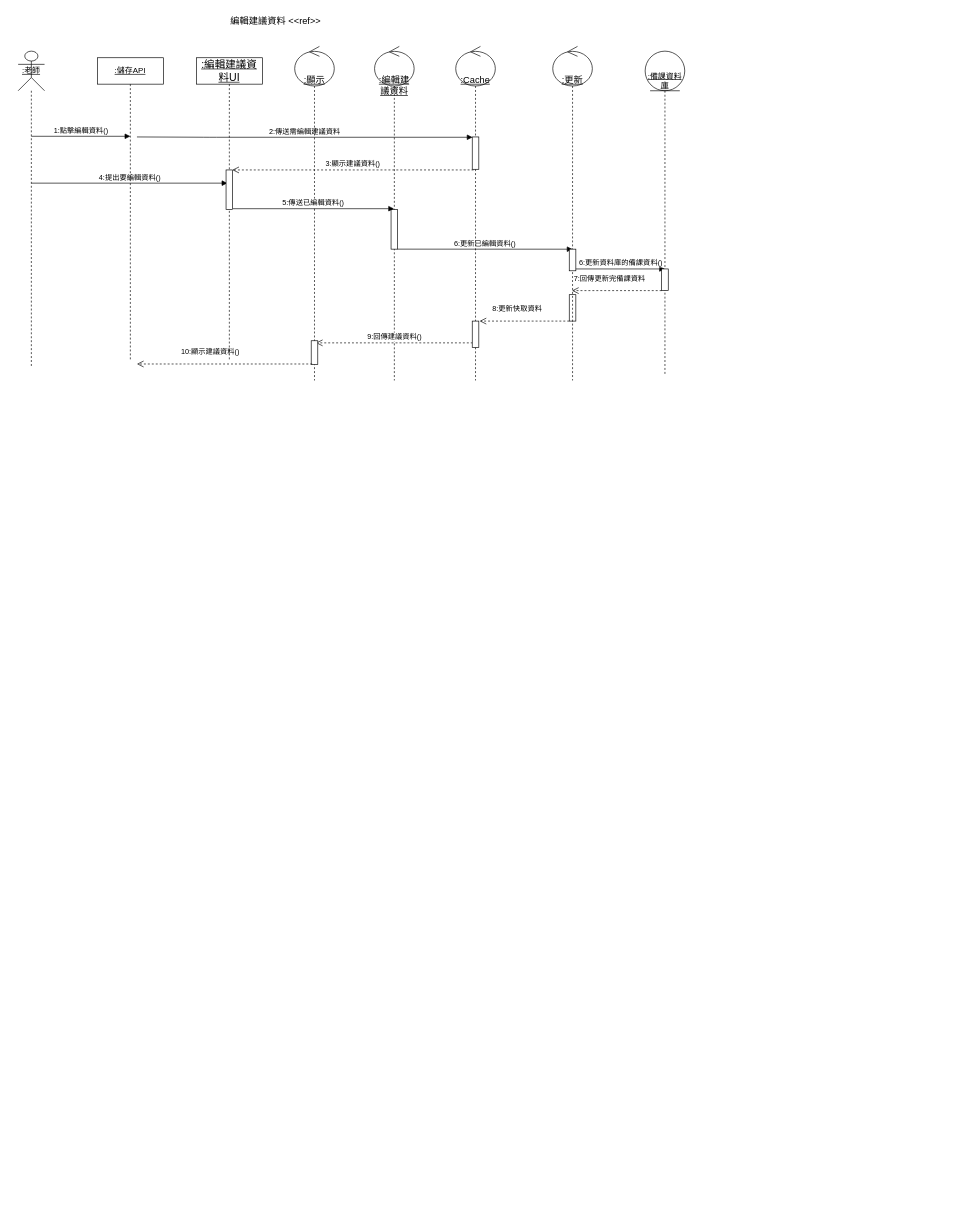
Before: 循序圖(編輯建議備課資料).drawio in Kevincheng0804/System-analysis, a draw.io diagram. Source tidied: cells renumbered, new cells numbered last; positions are measured from the earlier drawing's top-left corner, leaving out a move shared by most shapes. Both pictures are drawn from the tidied source at 66%, with x=0, y=0 at pixel (18, 11).
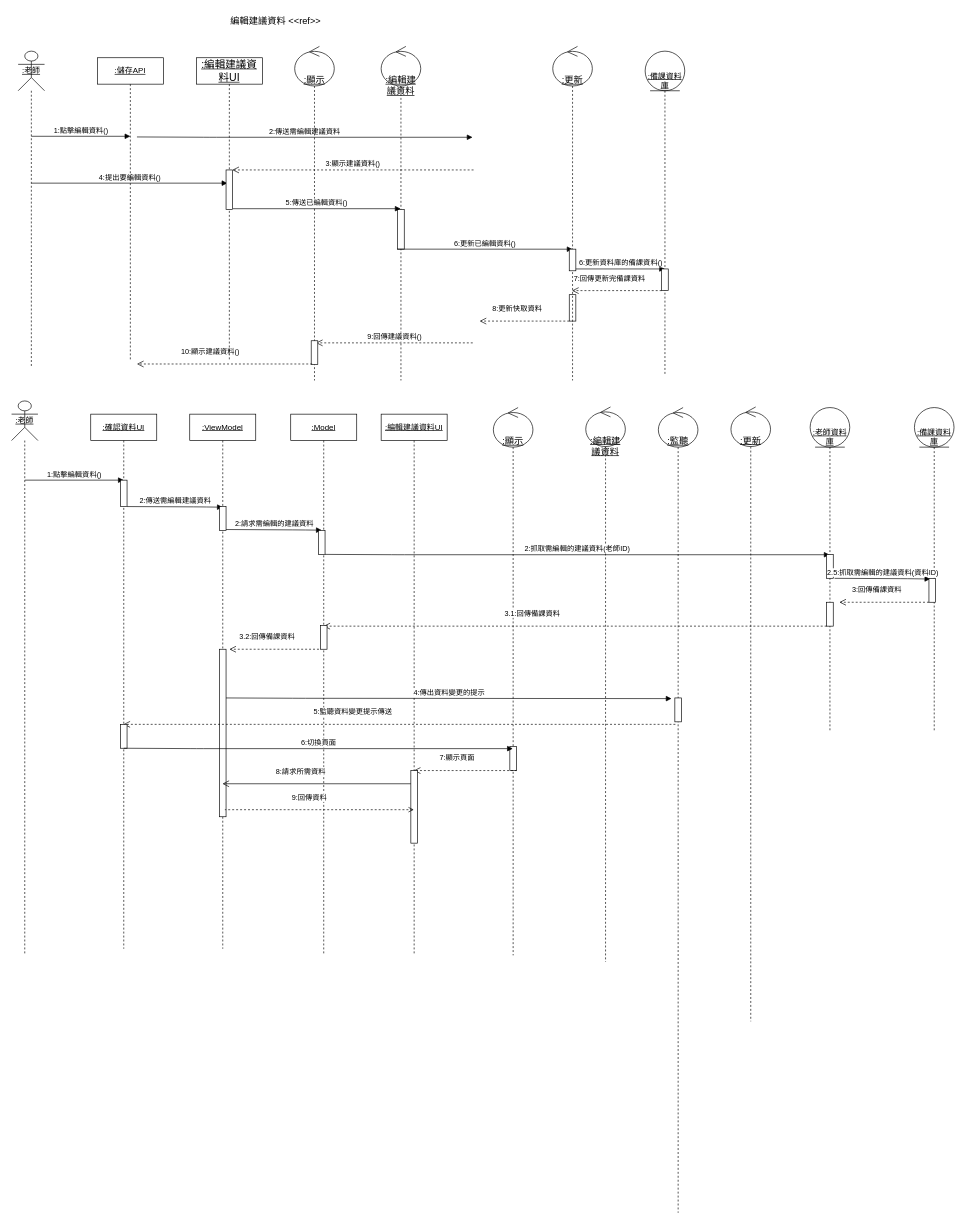
After the change.

Commit message:
更新循序圖(編輯建議備課資料).drawio

What changed in the source:
```diff
@@
     <mxCell id="2" value="&lt;u&gt;:編輯建議資料&lt;/u&gt;" style="shape=umlLifeline;participant=umlControl;perimeter=lifelinePerimeter;whiteSpace=wrap;html=1;verticalAlign=top;spacingTop=36;outlineConnect=0;fontSize=14;size=60;align=center;" parent="1" vertex="1">
-      <mxGeometry x="540" y="52.8" width="60" height="506.2" as="geometry" />
+      <mxGeometry x="550" y="52.8" width="60" height="506.2" as="geometry" />
     </mxCell>
@@
-    <mxCell id="19" value="&lt;u&gt;:Cache&lt;/u&gt;" style="shape=umlLifeline;participant=umlControl;perimeter=lifelinePerimeter;whiteSpace=wrap;html=1;verticalAlign=top;spacingTop=36;fontSize=14;size=60;align=center;" parent="1" vertex="1">
-      <mxGeometry x="663" y="52.8" width="60" height="506.2" as="geometry" />
-    </mxCell>
-    <mxCell id="20" style="html=1;perimeter=orthogonalPerimeter;" parent="19" vertex="1">
-      <mxGeometry x="25" y="137.2" width="10" height="49" as="geometry" />
-    </mxCell>
-    <mxCell id="21" style="html=1;perimeter=orthogonalPerimeter;" parent="19" vertex="1">
-      <mxGeometry x="25" y="416.2" width="10" height="40" as="geometry" />
-    </mxCell>
@@
+    <mxCell id="30" value="&lt;u&gt;:老師&lt;/u&gt;" style="shape=umlLifeline;perimeter=lifelinePerimeter;whiteSpace=wrap;html=1;newEdgeStyle={&quot;curved&quot;:0,&quot;rounded&quot;:0};participant=umlActor;size=60;" parent="1" vertex="1">
+      <mxGeometry x="-10" y="590" width="40" height="840" as="geometry" />
+    </mxCell>
+    <mxCell id="31" value="&lt;u&gt;:確認資料UI&lt;/u&gt;" style="shape=umlLifeline;perimeter=lifelinePerimeter;whiteSpace=wrap;html=1;outlineConnect=0;portConstraint=eastwest;newEdgeStyle={&quot;curved&quot;:0,&quot;rounded&quot;:0};" parent="1" vertex="1">
+      <mxGeometry x="110" y="610" width="100" height="810" as="geometry" />
+    </mxCell>
+    <mxCell id="32" value="&lt;u&gt;:ViewModel&lt;/u&gt;" style="shape=umlLifeline;perimeter=lifelinePerimeter;whiteSpace=wrap;html=1;outlineConnect=0;portConstraint=eastwest;newEdgeStyle={&quot;curved&quot;:0,&quot;rounded&quot;:0};" parent="1" vertex="1">
+      <mxGeometry x="260" y="610" width="100" height="810" as="geometry" />
+    </mxCell>
+    <mxCell id="33" value="&lt;u&gt;:Model&lt;/u&gt;" style="shape=umlLifeline;perimeter=lifelinePerimeter;whiteSpace=wrap;html=1;outlineConnect=0;portConstraint=eastwest;newEdgeStyle={&quot;curved&quot;:0,&quot;rounded&quot;:0};" parent="1" vertex="1">
+      <mxGeometry x="413" y="610" width="100" height="820" as="geometry" />
+    </mxCell>
+    <mxCell id="34" value="&lt;u&gt;:編輯建議資料UI&lt;/u&gt;" style="shape=umlLifeline;perimeter=lifelinePerimeter;whiteSpace=wrap;html=1;outlineConnect=0;portConstraint=eastwest;newEdgeStyle={&quot;curved&quot;:0,&quot;rounded&quot;:0};" parent="1" vertex="1">
+      <mxGeometry x="550" y="610" width="100" height="820" as="geometry" />
+    </mxCell>
+    <mxCell id="35" value="&lt;u&gt;:編輯建議資料&lt;/u&gt;" style="shape=umlLifeline;participant=umlControl;perimeter=lifelinePerimeter;whiteSpace=wrap;html=1;verticalAlign=top;spacingTop=36;fontSize=14;size=60;align=center;" parent="1" vertex="1">
+      <mxGeometry x="860" y="599.1" width="60" height="840.9" as="geometry" />
+    </mxCell>
+    <mxCell id="36" value="&lt;u&gt;:顯示&lt;/u&gt;" style="shape=umlLifeline;participant=umlControl;perimeter=lifelinePerimeter;whiteSpace=wrap;html=1;verticalAlign=top;spacingTop=36;outlineConnect=0;fontSize=14;size=60;align=center;" parent="1" vertex="1">
+      <mxGeometry x="720" y="600" width="60" height="830" as="geometry" />
+    </mxCell>
+    <mxCell id="37" style="html=1;perimeter=orthogonalPerimeter;" parent="36" vertex="1">
+      <mxGeometry x="25" y="513.8" width="10" height="36.2" as="geometry" />
+    </mxCell>
+    <mxCell id="38" value="&lt;div&gt;&lt;u&gt;&lt;br&gt;&lt;/u&gt;&lt;/div&gt;&lt;u&gt;&lt;div&gt;&lt;u&gt;&lt;br&gt;&lt;/u&gt;&lt;/div&gt;:老師資料庫&lt;/u&gt;" style="shape=umlLifeline;perimeter=lifelinePerimeter;whiteSpace=wrap;html=1;outlineConnect=0;portConstraint=eastwest;newEdgeStyle={&quot;curved&quot;:0,&quot;rounded&quot;:0};participant=umlEntity;size=60;" parent="1" vertex="1">
+      <mxGeometry x="1200" y="600" width="60" height="490" as="geometry" />
+    </mxCell>
+    <mxCell id="39" value="&lt;u&gt;:更新&lt;/u&gt;" style="shape=umlLifeline;participant=umlControl;perimeter=lifelinePerimeter;whiteSpace=wrap;html=1;verticalAlign=top;spacingTop=36;fontSize=14;size=60;align=center;" parent="1" vertex="1">
+      <mxGeometry x="1080" y="599.1" width="60" height="930.9" as="geometry" />
+    </mxCell>
+    <mxCell id="40" value="&lt;div&gt;&lt;u&gt;&lt;br&gt;&lt;/u&gt;&lt;/div&gt;&lt;u&gt;&lt;div&gt;&lt;u&gt;&lt;br&gt;&lt;/u&gt;&lt;/div&gt;:備課資料庫&lt;/u&gt;" style="shape=umlLifeline;perimeter=lifelinePerimeter;whiteSpace=wrap;html=1;newEdgeStyle={&quot;curved&quot;:0,&quot;rounded&quot;:0};participant=umlEntity;size=60;" parent="1" vertex="1">
+      <mxGeometry x="1358" y="600" width="60" height="490" as="geometry" />
+    </mxCell>
+    <mxCell id="41" value="1:點擊編輯資料()" style="html=1;verticalAlign=bottom;endArrow=block;curved=0;rounded=0;" parent="1" edge="1">
+      <mxGeometry relative="1" as="geometry">
+        <mxPoint x="10" y="710" as="sourcePoint" />
+        <mxPoint x="160" y="710" as="targetPoint" />
+      </mxGeometry>
+    </mxCell>
+    <mxCell id="42" style="html=1;perimeter=orthogonalPerimeter;" parent="1" vertex="1">
+      <mxGeometry x="155" y="710" width="10" height="40" as="geometry" />
+    </mxCell>
+    <mxCell id="43" value="2:傳送需編輯建議資料" style="html=1;verticalAlign=bottom;startArrow=none;startFill=0;endArrow=block;startSize=8;" parent="1" edge="1">
+      <mxGeometry relative="1" as="geometry">
+        <mxPoint x="165" y="750" as="sourcePoint" />
+        <mxPoint x="310" y="751" as="targetPoint" />
+        <Array as="points">
+          <mxPoint x="275.5" y="750.5" />
+        </Array>
+      </mxGeometry>
+    </mxCell>
+    <mxCell id="44" style="html=1;perimeter=orthogonalPerimeter;" parent="1" vertex="1">
+      <mxGeometry x="305" y="750" width="10" height="36.2" as="geometry" />
+    </mxCell>
+    <mxCell id="45" value="2:請求需編輯的建議資料" style="html=1;verticalAlign=bottom;startArrow=none;startFill=0;endArrow=block;startSize=8;" parent="1" edge="1">
+      <mxGeometry relative="1" as="geometry">
+        <mxPoint x="315" y="784.8" as="sourcePoint" />
+        <mxPoint x="460" y="785.8" as="targetPoint" />
+        <Array as="points">
+          <mxPoint x="425.5" y="785.4" />
+        </Array>
+      </mxGeometry>
+    </mxCell>
+    <mxCell id="46" style="html=1;perimeter=orthogonalPerimeter;" parent="1" vertex="1">
+      <mxGeometry x="455" y="786.2" width="10" height="36.2" as="geometry" />
+    </mxCell>
+    <mxCell id="47" value="2:抓取需編輯的建議資料(老師ID)" style="html=1;verticalAlign=bottom;startArrow=none;startFill=0;endArrow=block;startSize=8;" parent="1" edge="1" target="38">
+      <mxGeometry relative="1" as="geometry">
+        <mxPoint x="465" y="822.5" as="sourcePoint" />
+        <Array as="points">
+          <mxPoint x="575.5" y="823" />
+        </Array>
+      </mxGeometry>
+    </mxCell>
+    <mxCell id="48" style="html=1;perimeter=orthogonalPerimeter;" parent="1" vertex="1">
+      <mxGeometry x="1225" y="822.5" width="10" height="36.2" as="geometry" />
+    </mxCell>
+    <mxCell id="49" value="2.5:抓取需編輯的建議資料(資料ID)" style="html=1;verticalAlign=bottom;startArrow=none;startFill=0;endArrow=block;startSize=8;" parent="1" edge="1">
+      <mxGeometry relative="1" as="geometry">
+        <mxPoint x="1237" y="858.8" as="sourcePoint" />
+        <mxPoint x="1382" y="859.8" as="targetPoint" />
+        <Array as="points">
+          <mxPoint x="1347.5" y="859.3" />
+        </Array>
+      </mxGeometry>
+    </mxCell>
+    <mxCell id="50" style="html=1;perimeter=orthogonalPerimeter;" parent="1" vertex="1">
+      <mxGeometry x="1380" y="858.8" width="10" height="36.2" as="geometry" />
+    </mxCell>
+    <mxCell id="51" value="3:回傳備課資料" style="html=1;verticalAlign=bottom;endArrow=open;dashed=1;endSize=8;" parent="1" edge="1">
+      <mxGeometry x="0.17" y="-10" relative="1" as="geometry">
+        <mxPoint x="1380" y="895" as="sourcePoint" />
+        <mxPoint x="1244.2" y="895" as="targetPoint" />
+      </mxGeometry>
+    </mxCell>
+    <mxCell id="52" style="html=1;perimeter=orthogonalPerimeter;" parent="1" vertex="1">
+      <mxGeometry x="1225" y="895" width="10" height="36.2" as="geometry" />
+    </mxCell>
+    <mxCell id="53" value="3.1:回傳備課資料" style="html=1;verticalAlign=bottom;endArrow=open;dashed=1;endSize=8;" parent="1" edge="1" target="33">
+      <mxGeometry x="0.17" y="-10" relative="1" as="geometry">
+        <mxPoint x="1225" y="931.2" as="sourcePoint" />
+      </mxGeometry>
+    </mxCell>
+    <mxCell id="54" style="html=1;perimeter=orthogonalPerimeter;" parent="1" vertex="1">
+      <mxGeometry x="458" y="930" width="10" height="36.2" as="geometry" />
+    </mxCell>
+    <mxCell id="55" value="3.2:回傳備課資料" style="html=1;verticalAlign=bottom;endArrow=open;dashed=1;endSize=8;" parent="1" edge="1">
+      <mxGeometry x="0.17" y="-10" relative="1" as="geometry">
+        <mxPoint x="455.8" y="966.2" as="sourcePoint" />
+        <mxPoint x="320" y="966.2" as="targetPoint" />
+      </mxGeometry>
+    </mxCell>
+    <mxCell id="56" style="html=1;perimeter=orthogonalPerimeter;" parent="1" vertex="1">
+      <mxGeometry x="305" y="966.2" width="10" height="253.8" as="geometry" />
+    </mxCell>
+    <mxCell id="57" value="&lt;u&gt;:監聽&lt;/u&gt;" style="shape=umlLifeline;participant=umlControl;perimeter=lifelinePerimeter;whiteSpace=wrap;html=1;verticalAlign=top;spacingTop=36;fontSize=14;size=60;align=center;" parent="1" vertex="1">
+      <mxGeometry x="970" y="600" width="60" height="1220" as="geometry" />
+    </mxCell>
+    <mxCell id="58" value="4:傳出資料變更的提示" style="html=1;verticalAlign=bottom;startArrow=none;startFill=0;endArrow=block;startSize=8;" parent="57" edge="1">
+      <mxGeometry relative="1" as="geometry">
+        <mxPoint x="-655" y="440" as="sourcePoint" />
+        <mxPoint x="20" y="441" as="targetPoint" />
+        <Array as="points">
+          <mxPoint x="-544.5" y="440.5" />
+        </Array>
+      </mxGeometry>
+    </mxCell>
+    <mxCell id="59" style="html=1;perimeter=orthogonalPerimeter;" parent="57" vertex="1">
+      <mxGeometry x="25" y="440" width="10" height="36.2" as="geometry" />
+    </mxCell>
+    <mxCell id="60" value="5:監聽資料變更提示傳送" style="html=1;verticalAlign=bottom;endArrow=open;dashed=1;endSize=8;" parent="1" edge="1" target="31">
+      <mxGeometry x="0.17" y="-10" relative="1" as="geometry">
+        <mxPoint x="995.8" y="1080" as="sourcePoint" />
+      </mxGeometry>
+    </mxCell>
+    <mxCell id="61" style="html=1;perimeter=orthogonalPerimeter;" parent="1" vertex="1">
+      <mxGeometry x="155" y="1080" width="10" height="36.2" as="geometry" />
+    </mxCell>
+    <mxCell id="62" value="6:切換頁面" style="html=1;verticalAlign=bottom;startArrow=none;startFill=0;endArrow=block;startSize=8;" parent="1" edge="1" target="36">
+      <mxGeometry relative="1" as="geometry">
+        <mxPoint x="160" y="1116.2" as="sourcePoint" />
+        <Array as="points">
+          <mxPoint x="270.5" y="1116.8" />
+        </Array>
+      </mxGeometry>
+    </mxCell>
+    <mxCell id="63" value="7:顯示頁面" style="html=1;verticalAlign=bottom;endArrow=open;dashed=1;endSize=8;" parent="1" edge="1" target="34">
+      <mxGeometry x="0.17" y="-10" relative="1" as="geometry">
+        <mxPoint x="755.8" y="1150" as="sourcePoint" />
+      </mxGeometry>
+    </mxCell>
+    <mxCell id="64" style="html=1;perimeter=orthogonalPerimeter;" parent="1" vertex="1">
+      <mxGeometry x="595" y="1150" width="10" height="110" as="geometry" />
+    </mxCell>
+    <mxCell id="65" value="8:請求所需資料" style="html=1;verticalAlign=bottom;endArrow=open;endSize=8;" parent="1" edge="1" target="32">
+      <mxGeometry x="0.17" y="-10" relative="1" as="geometry">
+        <mxPoint x="595" y="1170" as="sourcePoint" />
+      </mxGeometry>
+    </mxCell>
+    <mxCell id="66" value="9:回傳資料" style="html=1;verticalAlign=bottom;endArrow=none;dashed=1;endSize=8;startArrow=open;startFill=0;endFill=0;" parent="1" edge="1" source="34">
+      <mxGeometry x="0.11" y="-9" relative="1" as="geometry">
+        <mxPoint x="313.2" y="1209.3" as="targetPoint" />
+      </mxGeometry>
+    </mxCell>
```
